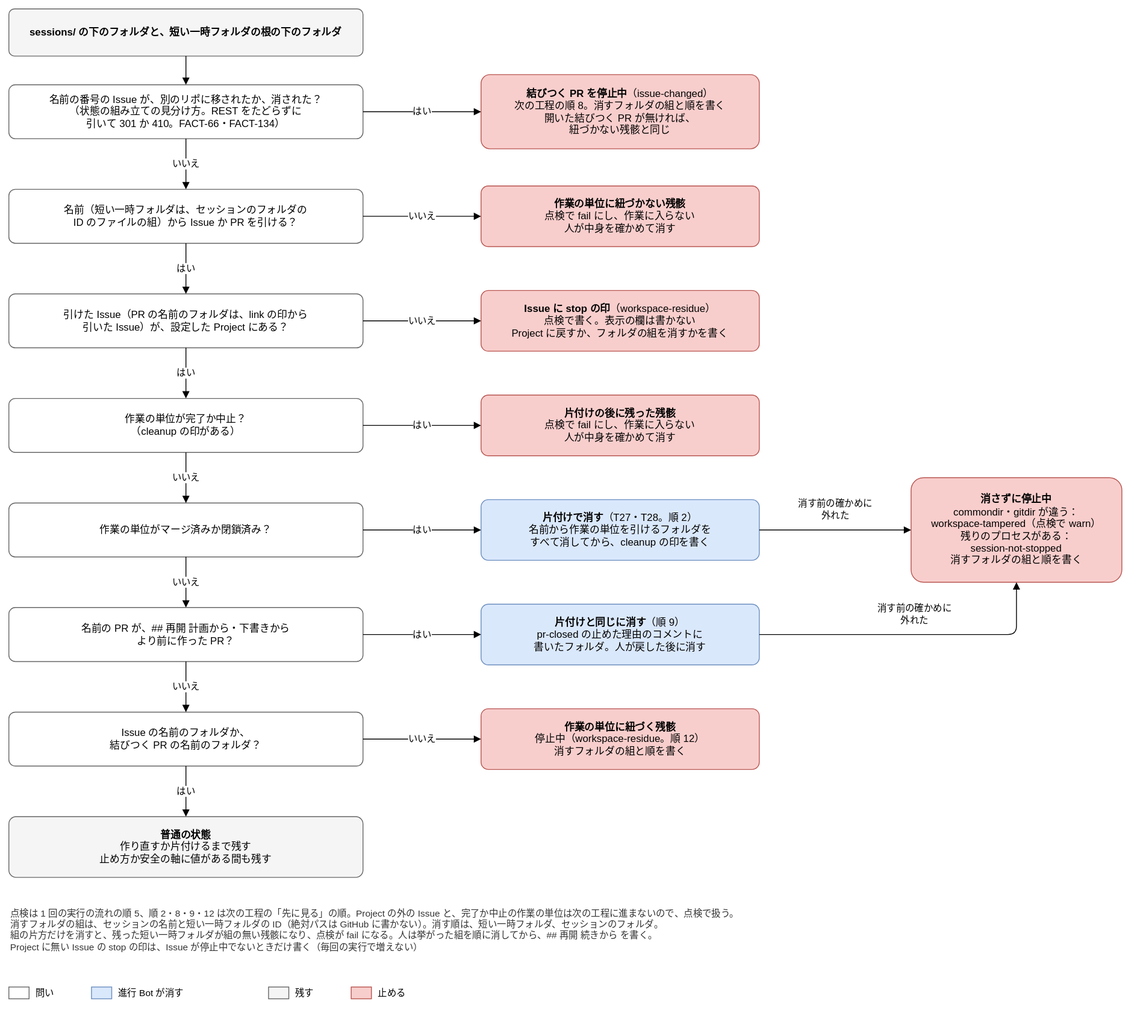
Before: docs/design/basic/diagrams/02-workspace-residue.drawio.svg, a diagram exported from draw.io (Joymerrevent/dev-autopilot). Source tidied: cells renumbered, new cells last; positions are measured from the earlier drawing's top-left corner, leaving out a move shared by most shapes. Source of this version:
```xml
<mxGraphModel background="#ffffff">
  <root>
    <mxCell id="0" />
    <mxCell id="1" parent="0" />
    <mxCell id="2" value="&lt;b&gt;sessions/ の下のフォルダと、短い一時フォルダの根の下のフォルダ&lt;/b&gt;" style="rounded=1;whiteSpace=wrap;html=1;fontSize=12;arcSize=12;fillColor=#f5f5f5;strokeColor=#666666;spacing=8;" parent="1" vertex="1">
      <mxGeometry width="420" height="56" as="geometry" />
    </mxCell>
    <mxCell id="3" value="名前の番号の Issue が、別のリポに移されたか、消された？&lt;br&gt;（状態の組み立ての見分け方。REST をたどらずに&lt;br&gt;引いて 301 か 410。FACT-66・FACT-134）" style="rounded=1;whiteSpace=wrap;html=1;fontSize=12;arcSize=12;fillColor=#ffffff;strokeColor=#666666;spacing=8;" parent="1" vertex="1">
      <mxGeometry y="90" width="420" height="64" as="geometry" />
    </mxCell>
    <mxCell id="4" value="名前（短い一時フォルダは、セッションのフォルダの&lt;br&gt;ID のファイルの組）から Issue か PR を引ける？" style="rounded=1;whiteSpace=wrap;html=1;fontSize=12;arcSize=12;fillColor=#ffffff;strokeColor=#666666;spacing=8;" parent="1" vertex="1">
      <mxGeometry y="214" width="420" height="64" as="geometry" />
    </mxCell>
    <mxCell id="5" value="引けた Issue（PR の名前のフォルダは、link の印から&lt;br&gt;引いた Issue）が、設定した Project にある？" style="rounded=1;whiteSpace=wrap;html=1;fontSize=12;arcSize=12;fillColor=#ffffff;strokeColor=#666666;spacing=8;" parent="1" vertex="1">
      <mxGeometry y="338" width="420" height="64" as="geometry" />
    </mxCell>
    <mxCell id="6" value="作業の単位が完了か中止？&lt;br&gt;（cleanup の印がある）" style="rounded=1;whiteSpace=wrap;html=1;fontSize=12;arcSize=12;fillColor=#ffffff;strokeColor=#666666;spacing=8;" parent="1" vertex="1">
      <mxGeometry y="462" width="420" height="64" as="geometry" />
    </mxCell>
    <mxCell id="7" value="作業の単位がマージ済みか閉鎖済み？" style="rounded=1;whiteSpace=wrap;html=1;fontSize=12;arcSize=12;fillColor=#ffffff;strokeColor=#666666;spacing=8;" parent="1" vertex="1">
      <mxGeometry y="586" width="420" height="64" as="geometry" />
    </mxCell>
    <mxCell id="8" value="名前の PR が、## 再開 計画から・下書きから&lt;br&gt;より前に作った PR？" style="rounded=1;whiteSpace=wrap;html=1;fontSize=12;arcSize=12;fillColor=#ffffff;strokeColor=#666666;spacing=8;" parent="1" vertex="1">
      <mxGeometry y="710" width="420" height="64" as="geometry" />
    </mxCell>
    <mxCell id="9" value="Issue の名前のフォルダか、&lt;br&gt;結びつく PR の名前のフォルダ？" style="rounded=1;whiteSpace=wrap;html=1;fontSize=12;arcSize=12;fillColor=#ffffff;strokeColor=#666666;spacing=8;" parent="1" vertex="1">
      <mxGeometry y="834" width="420" height="64" as="geometry" />
    </mxCell>
    <mxCell id="10" value="&lt;b&gt;結びつく PR を停止中&lt;/b&gt;（issue-changed）&lt;br&gt;次の工程の順 8。消すフォルダの組と順を書く&lt;br&gt;開いた結びつく PR が無ければ、&lt;br&gt;紐づかない残骸と同じ" style="rounded=1;whiteSpace=wrap;html=1;fontSize=12;arcSize=12;fillColor=#f8cecc;strokeColor=#b85450;spacing=8;" parent="1" vertex="1">
      <mxGeometry x="560" y="78" width="330" height="88" as="geometry" />
    </mxCell>
    <mxCell id="11" value="はい" style="edgeStyle=orthogonalEdgeStyle;rounded=1;html=1;endArrow=block;endFill=1;fontSize=11;labelBackgroundColor=#ffffff;exitX=1;exitY=0.5;exitDx=0;exitDy=0;entryX=0;entryY=0.5;entryDx=0;entryDy=0;" parent="1" edge="1" source="3" target="10">
      <mxGeometry relative="1" as="geometry" />
    </mxCell>
    <mxCell id="12" value="&lt;b&gt;作業の単位に紐づかない残骸&lt;/b&gt;&lt;br&gt;点検で fail にし、作業に入らない&lt;br&gt;人が中身を確かめて消す" style="rounded=1;whiteSpace=wrap;html=1;fontSize=12;arcSize=12;fillColor=#f8cecc;strokeColor=#b85450;spacing=8;" parent="1" vertex="1">
      <mxGeometry x="560" y="210" width="330" height="72" as="geometry" />
    </mxCell>
    <mxCell id="13" value="いいえ" style="edgeStyle=orthogonalEdgeStyle;rounded=1;html=1;endArrow=block;endFill=1;fontSize=11;labelBackgroundColor=#ffffff;exitX=1;exitY=0.5;exitDx=0;exitDy=0;entryX=0;entryY=0.5;entryDx=0;entryDy=0;" parent="1" edge="1" source="4" target="12">
      <mxGeometry relative="1" as="geometry" />
    </mxCell>
    <mxCell id="14" value="&lt;b&gt;Issue に stop の印&lt;/b&gt;（workspace-residue）&lt;br&gt;点検で書く。表示の欄は書かない&lt;br&gt;Project に戻すか、フォルダの組を消すかを書く" style="rounded=1;whiteSpace=wrap;html=1;fontSize=12;arcSize=12;fillColor=#f8cecc;strokeColor=#b85450;spacing=8;" parent="1" vertex="1">
      <mxGeometry x="560" y="334" width="330" height="72" as="geometry" />
    </mxCell>
    <mxCell id="15" value="いいえ" style="edgeStyle=orthogonalEdgeStyle;rounded=1;html=1;endArrow=block;endFill=1;fontSize=11;labelBackgroundColor=#ffffff;exitX=1;exitY=0.5;exitDx=0;exitDy=0;entryX=0;entryY=0.5;entryDx=0;entryDy=0;" parent="1" edge="1" source="5" target="14">
      <mxGeometry relative="1" as="geometry" />
    </mxCell>
    <mxCell id="16" value="&lt;b&gt;片付けの後に残った残骸&lt;/b&gt;&lt;br&gt;点検で fail にし、作業に入らない&lt;br&gt;人が中身を確かめて消す" style="rounded=1;whiteSpace=wrap;html=1;fontSize=12;arcSize=12;fillColor=#f8cecc;strokeColor=#b85450;spacing=8;" parent="1" vertex="1">
      <mxGeometry x="560" y="458" width="330" height="72" as="geometry" />
    </mxCell>
    <mxCell id="17" value="はい" style="edgeStyle=orthogonalEdgeStyle;rounded=1;html=1;endArrow=block;endFill=1;fontSize=11;labelBackgroundColor=#ffffff;exitX=1;exitY=0.5;exitDx=0;exitDy=0;entryX=0;entryY=0.5;entryDx=0;entryDy=0;" parent="1" edge="1" source="6" target="16">
      <mxGeometry relative="1" as="geometry" />
    </mxCell>
    <mxCell id="18" value="&lt;b&gt;片付けで消す&lt;/b&gt;（T27・T28。順 2）&lt;br&gt;名前から作業の単位を引けるフォルダを&lt;br&gt;すべて消してから、cleanup の印を書く" style="rounded=1;whiteSpace=wrap;html=1;fontSize=12;arcSize=12;fillColor=#dae8fc;strokeColor=#6c8ebf;spacing=8;" parent="1" vertex="1">
      <mxGeometry x="560" y="582" width="330" height="72" as="geometry" />
    </mxCell>
    <mxCell id="19" value="はい" style="edgeStyle=orthogonalEdgeStyle;rounded=1;html=1;endArrow=block;endFill=1;fontSize=11;labelBackgroundColor=#ffffff;exitX=1;exitY=0.5;exitDx=0;exitDy=0;entryX=0;entryY=0.5;entryDx=0;entryDy=0;" parent="1" edge="1" source="7" target="18">
      <mxGeometry relative="1" as="geometry" />
    </mxCell>
    <mxCell id="20" value="&lt;b&gt;片付けと同じに消す&lt;/b&gt;（順 9）&lt;br&gt;pr-closed の止めた理由のコメントに&lt;br&gt;書いたフォルダ。人が戻した後に消す" style="rounded=1;whiteSpace=wrap;html=1;fontSize=12;arcSize=12;fillColor=#dae8fc;strokeColor=#6c8ebf;spacing=8;" parent="1" vertex="1">
      <mxGeometry x="560" y="706" width="330" height="72" as="geometry" />
    </mxCell>
    <mxCell id="21" value="はい" style="edgeStyle=orthogonalEdgeStyle;rounded=1;html=1;endArrow=block;endFill=1;fontSize=11;labelBackgroundColor=#ffffff;exitX=1;exitY=0.5;exitDx=0;exitDy=0;entryX=0;entryY=0.5;entryDx=0;entryDy=0;" parent="1" edge="1" source="8" target="20">
      <mxGeometry relative="1" as="geometry" />
    </mxCell>
    <mxCell id="22" value="&lt;b&gt;作業の単位に紐づく残骸&lt;/b&gt;&lt;br&gt;停止中（workspace-residue。順 12）&lt;br&gt;消すフォルダの組と順を書く" style="rounded=1;whiteSpace=wrap;html=1;fontSize=12;arcSize=12;fillColor=#f8cecc;strokeColor=#b85450;spacing=8;" parent="1" vertex="1">
      <mxGeometry x="560" y="830" width="330" height="72" as="geometry" />
    </mxCell>
    <mxCell id="23" value="いいえ" style="edgeStyle=orthogonalEdgeStyle;rounded=1;html=1;endArrow=block;endFill=1;fontSize=11;labelBackgroundColor=#ffffff;exitX=1;exitY=0.5;exitDx=0;exitDy=0;entryX=0;entryY=0.5;entryDx=0;entryDy=0;" parent="1" edge="1" source="9" target="22">
      <mxGeometry relative="1" as="geometry" />
    </mxCell>
    <mxCell id="24" style="edgeStyle=orthogonalEdgeStyle;rounded=1;html=1;endArrow=block;endFill=1;fontSize=11;labelBackgroundColor=#ffffff;exitX=0.5;exitY=1;exitDx=0;exitDy=0;entryX=0.5;entryY=0;entryDx=0;entryDy=0;" parent="1" edge="1" source="2" target="3">
      <mxGeometry relative="1" as="geometry" />
    </mxCell>
    <mxCell id="25" value="いいえ" style="edgeStyle=orthogonalEdgeStyle;rounded=1;html=1;endArrow=block;endFill=1;fontSize=11;labelBackgroundColor=#ffffff;exitX=0.5;exitY=1;exitDx=0;exitDy=0;entryX=0.5;entryY=0;entryDx=0;entryDy=0;" parent="1" edge="1" source="3" target="4">
      <mxGeometry relative="1" as="geometry" />
    </mxCell>
    <mxCell id="26" value="はい" style="edgeStyle=orthogonalEdgeStyle;rounded=1;html=1;endArrow=block;endFill=1;fontSize=11;labelBackgroundColor=#ffffff;exitX=0.5;exitY=1;exitDx=0;exitDy=0;entryX=0.5;entryY=0;entryDx=0;entryDy=0;" parent="1" edge="1" source="4" target="5">
      <mxGeometry relative="1" as="geometry" />
    </mxCell>
    <mxCell id="27" value="はい" style="edgeStyle=orthogonalEdgeStyle;rounded=1;html=1;endArrow=block;endFill=1;fontSize=11;labelBackgroundColor=#ffffff;exitX=0.5;exitY=1;exitDx=0;exitDy=0;entryX=0.5;entryY=0;entryDx=0;entryDy=0;" parent="1" edge="1" source="5" target="6">
      <mxGeometry relative="1" as="geometry" />
    </mxCell>
    <mxCell id="28" value="いいえ" style="edgeStyle=orthogonalEdgeStyle;rounded=1;html=1;endArrow=block;endFill=1;fontSize=11;labelBackgroundColor=#ffffff;exitX=0.5;exitY=1;exitDx=0;exitDy=0;entryX=0.5;entryY=0;entryDx=0;entryDy=0;" parent="1" edge="1" source="6" target="7">
      <mxGeometry relative="1" as="geometry" />
    </mxCell>
    <mxCell id="29" value="いいえ" style="edgeStyle=orthogonalEdgeStyle;rounded=1;html=1;endArrow=block;endFill=1;fontSize=11;labelBackgroundColor=#ffffff;exitX=0.5;exitY=1;exitDx=0;exitDy=0;entryX=0.5;entryY=0;entryDx=0;entryDy=0;" parent="1" edge="1" source="7" target="8">
      <mxGeometry relative="1" as="geometry" />
    </mxCell>
    <mxCell id="30" value="いいえ" style="edgeStyle=orthogonalEdgeStyle;rounded=1;html=1;endArrow=block;endFill=1;fontSize=11;labelBackgroundColor=#ffffff;exitX=0.5;exitY=1;exitDx=0;exitDy=0;entryX=0.5;entryY=0;entryDx=0;entryDy=0;" parent="1" edge="1" source="8" target="9">
      <mxGeometry relative="1" as="geometry" />
    </mxCell>
    <mxCell id="31" value="&lt;b&gt;普通の状態&lt;/b&gt;&lt;br&gt;作り直すか片付けるまで残す&lt;br&gt;止め方か安全の軸に値がある間も残す" style="rounded=1;whiteSpace=wrap;html=1;fontSize=12;arcSize=12;fillColor=#f5f5f5;strokeColor=#666666;spacing=8;" parent="1" vertex="1">
      <mxGeometry y="958" width="420" height="72" as="geometry" />
    </mxCell>
    <mxCell id="32" value="はい" style="edgeStyle=orthogonalEdgeStyle;rounded=1;html=1;endArrow=block;endFill=1;fontSize=11;labelBackgroundColor=#ffffff;exitX=0.5;exitY=1;exitDx=0;exitDy=0;entryX=0.5;entryY=0;entryDx=0;entryDy=0;" parent="1" edge="1" source="9" target="31">
      <mxGeometry relative="1" as="geometry" />
    </mxCell>
    <mxCell id="33" value="&lt;b&gt;消さずに停止中&lt;/b&gt;&lt;br&gt;commondir・gitdir が違う：&lt;br&gt;workspace-tampered（点検で warn）&lt;br&gt;残りのプロセスがある：&lt;br&gt;session-not-stopped&lt;br&gt;消すフォルダの組と順を書く" style="rounded=1;whiteSpace=wrap;html=1;fontSize=12;arcSize=12;fillColor=#f8cecc;strokeColor=#b85450;spacing=8;" parent="1" vertex="1">
      <mxGeometry x="1070" y="556" width="250" height="124" as="geometry" />
    </mxCell>
    <mxCell id="34" value="消す前の確かめに&lt;br&gt;外れた" style="edgeStyle=orthogonalEdgeStyle;rounded=1;html=1;endArrow=block;endFill=1;fontSize=11;labelBackgroundColor=#ffffff;exitX=1;exitY=0.5;exitDx=0;exitDy=0;entryX=0;entryY=0.5;entryDx=0;entryDy=0;" parent="1" edge="1" source="18" target="33">
      <mxGeometry relative="1" as="geometry">
        <mxPoint y="-24" as="offset" />
      </mxGeometry>
    </mxCell>
    <mxCell id="35" value="消す前の確かめに&lt;br&gt;外れた" style="edgeStyle=orthogonalEdgeStyle;rounded=1;html=1;endArrow=block;endFill=1;fontSize=11;labelBackgroundColor=#ffffff;exitX=1;exitY=0.5;exitDx=0;exitDy=0;entryX=0.5;entryY=1;entryDx=0;entryDy=0;" parent="1" edge="1" source="20" target="33">
      <mxGeometry relative="1" as="geometry">
        <Array as="points">
          <mxPoint x="1195" y="742" />
        </Array>
        <mxPoint y="-24" as="offset" />
      </mxGeometry>
    </mxCell>
    <mxCell id="36" value="点検は 1 回の実行の流れの順 5、順 2・8・9・12 は次の工程の「先に見る」の順。Project の外の Issue と、完了か中止の作業の単位は次の工程に進まないので、点検で扱う。&lt;br&gt;消すフォルダの組は、セッションの名前と短い一時フォルダの ID（絶対パスは GitHub に書かない）。消す順は、短い一時フォルダ、セッションのフォルダ。&lt;br&gt;組の片方だけを消すと、残った短い一時フォルダが組の無い残骸になり、点検が fail になる。人は挙がった組を順に消してから、## 再開 続きから を書く。&lt;br&gt;Project に無い Issue の stop の印は、Issue が停止中でないときだけ書く（毎回の実行で増えない）" style="text;html=1;whiteSpace=wrap;align=left;verticalAlign=top;fontSize=11;fontColor=#333333;" parent="1" vertex="1">
      <mxGeometry y="1060" width="1320" height="72" as="geometry" />
    </mxCell>
    <mxCell id="37" style="rounded=0;whiteSpace=wrap;html=1;fillColor=#ffffff;strokeColor=#666666;" parent="1" vertex="1">
      <mxGeometry y="1160" width="24" height="14" as="geometry" />
    </mxCell>
    <mxCell id="38" value="問い" style="text;html=1;whiteSpace=wrap;align=left;verticalAlign=middle;fontSize=11;" parent="1" vertex="1">
      <mxGeometry x="30" y="1154" width="48" height="26" as="geometry" />
    </mxCell>
    <mxCell id="39" style="rounded=0;whiteSpace=wrap;html=1;fillColor=#dae8fc;strokeColor=#6c8ebf;" parent="1" vertex="1">
      <mxGeometry x="98" y="1160" width="24" height="14" as="geometry" />
    </mxCell>
    <mxCell id="40" value="進行 Bot が消す" style="text;html=1;whiteSpace=wrap;align=left;verticalAlign=middle;fontSize=11;" parent="1" vertex="1">
      <mxGeometry x="128" y="1154" width="160" height="26" as="geometry" />
    </mxCell>
    <mxCell id="41" style="rounded=0;whiteSpace=wrap;html=1;fillColor=#f5f5f5;strokeColor=#666666;" parent="1" vertex="1">
      <mxGeometry x="308" y="1160" width="24" height="14" as="geometry" />
    </mxCell>
    <mxCell id="42" value="残す" style="text;html=1;whiteSpace=wrap;align=left;verticalAlign=middle;fontSize=11;" parent="1" vertex="1">
      <mxGeometry x="338" y="1154" width="48" height="26" as="geometry" />
    </mxCell>
    <mxCell id="43" style="rounded=0;whiteSpace=wrap;html=1;fillColor=#f8cecc;strokeColor=#b85450;" parent="1" vertex="1">
      <mxGeometry x="406" y="1160" width="24" height="14" as="geometry" />
    </mxCell>
    <mxCell id="44" value="止める" style="text;html=1;whiteSpace=wrap;align=left;verticalAlign=middle;fontSize=11;" parent="1" vertex="1">
      <mxGeometry x="436" y="1154" width="62" height="26" as="geometry" />
    </mxCell>
  </root>
</mxGraphModel>
```
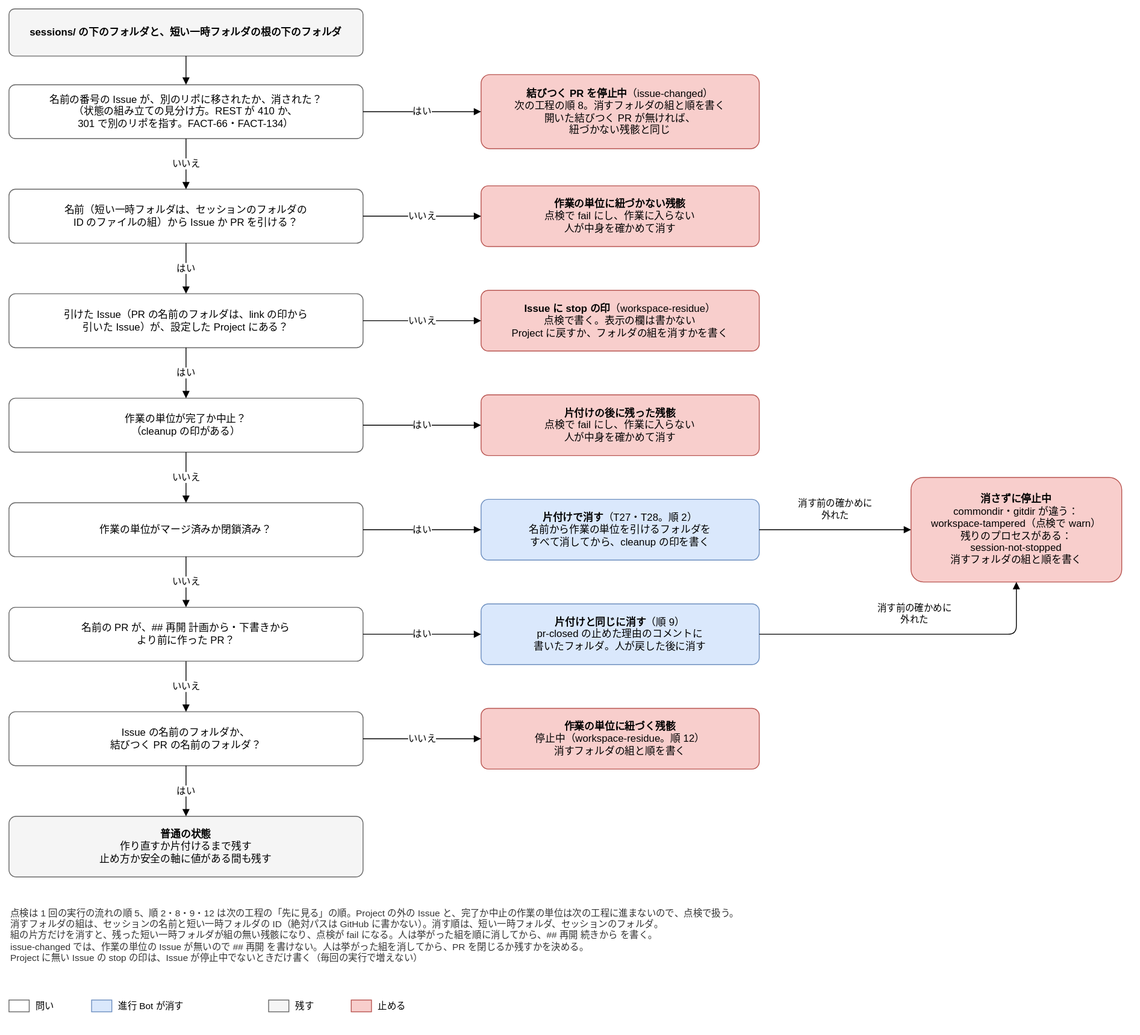
The same file after the commit.

Commit message:
docs(design): 基本設計の図で、移されたかの問いを ID の違う 301 にし、issue-changed の人の戻し方を足す

詳細設計の 7 回目の再レビューの R1-60・R1-65 に対応する。
- 02-next-step-stops：移されたかの問いを、Location の先のリポの ID が違う 301 の言い方にし、
  issue-changed の箱に、PR を閉じるか残すかを人が決めることを足す
- 02-workspace-residue：消さずに止めるときの箱に、issue-changed では組を消してから
  PR を閉じるか残すかを決めることを足す

Claude-Session: https://claude.ai/code/session_01LvmXQN14Y95msvojZ6hWNP

The edit, as a diff of the source:
```diff
@@ -5,7 +5,7 @@
     <mxCell id="2" value="&lt;b&gt;sessions/ の下のフォルダと、短い一時フォルダの根の下のフォルダ&lt;/b&gt;" style="rounded=1;whiteSpace=wrap;html=1;fontSize=12;arcSize=12;fillColor=#f5f5f5;strokeColor=#666666;spacing=8;" parent="1" vertex="1">
       <mxGeometry width="420" height="56" as="geometry" />
     </mxCell>
-    <mxCell id="3" value="名前の番号の Issue が、別のリポに移されたか、消された？&lt;br&gt;（状態の組み立ての見分け方。REST をたどらずに&lt;br&gt;引いて 301 か 410。FACT-66・FACT-134）" style="rounded=1;whiteSpace=wrap;html=1;fontSize=12;arcSize=12;fillColor=#ffffff;strokeColor=#666666;spacing=8;" parent="1" vertex="1">
+    <mxCell id="3" value="名前の番号の Issue が、別のリポに移されたか、消された？&lt;br&gt;（状態の組み立ての見分け方。REST が 410 か、&lt;br&gt;301 で別のリポを指す。FACT-66・FACT-134）" style="rounded=1;whiteSpace=wrap;html=1;fontSize=12;arcSize=12;fillColor=#ffffff;strokeColor=#666666;spacing=8;" parent="1" vertex="1">
       <mxGeometry y="90" width="420" height="64" as="geometry" />
     </mxCell>
     <mxCell id="4" value="名前（短い一時フォルダは、セッションのフォルダの&lt;br&gt;ID のファイルの組）から Issue か PR を引ける？" style="rounded=1;whiteSpace=wrap;html=1;fontSize=12;arcSize=12;fillColor=#ffffff;strokeColor=#666666;spacing=8;" parent="1" vertex="1">
@@ -111,32 +111,32 @@
         <mxPoint y="-24" as="offset" />
       </mxGeometry>
     </mxCell>
-    <mxCell id="36" value="点検は 1 回の実行の流れの順 5、順 2・8・9・12 は次の工程の「先に見る」の順。Project の外の Issue と、完了か中止の作業の単位は次の工程に進まないので、点検で扱う。&lt;br&gt;消すフォルダの組は、セッションの名前と短い一時フォルダの ID（絶対パスは GitHub に書かない）。消す順は、短い一時フォルダ、セッションのフォルダ。&lt;br&gt;組の片方だけを消すと、残った短い一時フォルダが組の無い残骸になり、点検が fail になる。人は挙がった組を順に消してから、## 再開 続きから を書く。&lt;br&gt;Project に無い Issue の stop の印は、Issue が停止中でないときだけ書く（毎回の実行で増えない）" style="text;html=1;whiteSpace=wrap;align=left;verticalAlign=top;fontSize=11;fontColor=#333333;" parent="1" vertex="1">
-      <mxGeometry y="1060" width="1320" height="72" as="geometry" />
+    <mxCell id="36" value="点検は 1 回の実行の流れの順 5、順 2・8・9・12 は次の工程の「先に見る」の順。Project の外の Issue と、完了か中止の作業の単位は次の工程に進まないので、点検で扱う。&lt;br&gt;消すフォルダの組は、セッションの名前と短い一時フォルダの ID（絶対パスは GitHub に書かない）。消す順は、短い一時フォルダ、セッションのフォルダ。&lt;br&gt;組の片方だけを消すと、残った短い一時フォルダが組の無い残骸になり、点検が fail になる。人は挙がった組を順に消してから、## 再開 続きから を書く。&lt;br&gt;issue-changed では、作業の単位の Issue が無いので ## 再開 を書けない。人は挙がった組を消してから、PR を閉じるか残すかを決める。&lt;br&gt;Project に無い Issue の stop の印は、Issue が停止中でないときだけ書く（毎回の実行で増えない）" style="text;html=1;whiteSpace=wrap;align=left;verticalAlign=top;fontSize=11;fontColor=#333333;" parent="1" vertex="1">
+      <mxGeometry y="1060" width="1320" height="88" as="geometry" />
     </mxCell>
     <mxCell id="37" style="rounded=0;whiteSpace=wrap;html=1;fillColor=#ffffff;strokeColor=#666666;" parent="1" vertex="1">
-      <mxGeometry y="1160" width="24" height="14" as="geometry" />
+      <mxGeometry y="1176" width="24" height="14" as="geometry" />
     </mxCell>
     <mxCell id="38" value="問い" style="text;html=1;whiteSpace=wrap;align=left;verticalAlign=middle;fontSize=11;" parent="1" vertex="1">
-      <mxGeometry x="30" y="1154" width="48" height="26" as="geometry" />
+      <mxGeometry x="30" y="1170" width="48" height="26" as="geometry" />
     </mxCell>
     <mxCell id="39" style="rounded=0;whiteSpace=wrap;html=1;fillColor=#dae8fc;strokeColor=#6c8ebf;" parent="1" vertex="1">
-      <mxGeometry x="98" y="1160" width="24" height="14" as="geometry" />
+      <mxGeometry x="98" y="1176" width="24" height="14" as="geometry" />
     </mxCell>
     <mxCell id="40" value="進行 Bot が消す" style="text;html=1;whiteSpace=wrap;align=left;verticalAlign=middle;fontSize=11;" parent="1" vertex="1">
-      <mxGeometry x="128" y="1154" width="160" height="26" as="geometry" />
+      <mxGeometry x="128" y="1170" width="160" height="26" as="geometry" />
     </mxCell>
     <mxCell id="41" style="rounded=0;whiteSpace=wrap;html=1;fillColor=#f5f5f5;strokeColor=#666666;" parent="1" vertex="1">
-      <mxGeometry x="308" y="1160" width="24" height="14" as="geometry" />
+      <mxGeometry x="308" y="1176" width="24" height="14" as="geometry" />
     </mxCell>
     <mxCell id="42" value="残す" style="text;html=1;whiteSpace=wrap;align=left;verticalAlign=middle;fontSize=11;" parent="1" vertex="1">
-      <mxGeometry x="338" y="1154" width="48" height="26" as="geometry" />
+      <mxGeometry x="338" y="1170" width="48" height="26" as="geometry" />
     </mxCell>
     <mxCell id="43" style="rounded=0;whiteSpace=wrap;html=1;fillColor=#f8cecc;strokeColor=#b85450;" parent="1" vertex="1">
-      <mxGeometry x="406" y="1160" width="24" height="14" as="geometry" />
+      <mxGeometry x="406" y="1176" width="24" height="14" as="geometry" />
     </mxCell>
     <mxCell id="44" value="止める" style="text;html=1;whiteSpace=wrap;align=left;verticalAlign=middle;fontSize=11;" parent="1" vertex="1">
-      <mxGeometry x="436" y="1154" width="62" height="26" as="geometry" />
+      <mxGeometry x="436" y="1170" width="62" height="26" as="geometry" />
     </mxCell>
   </root>
 </mxGraphModel>
```
